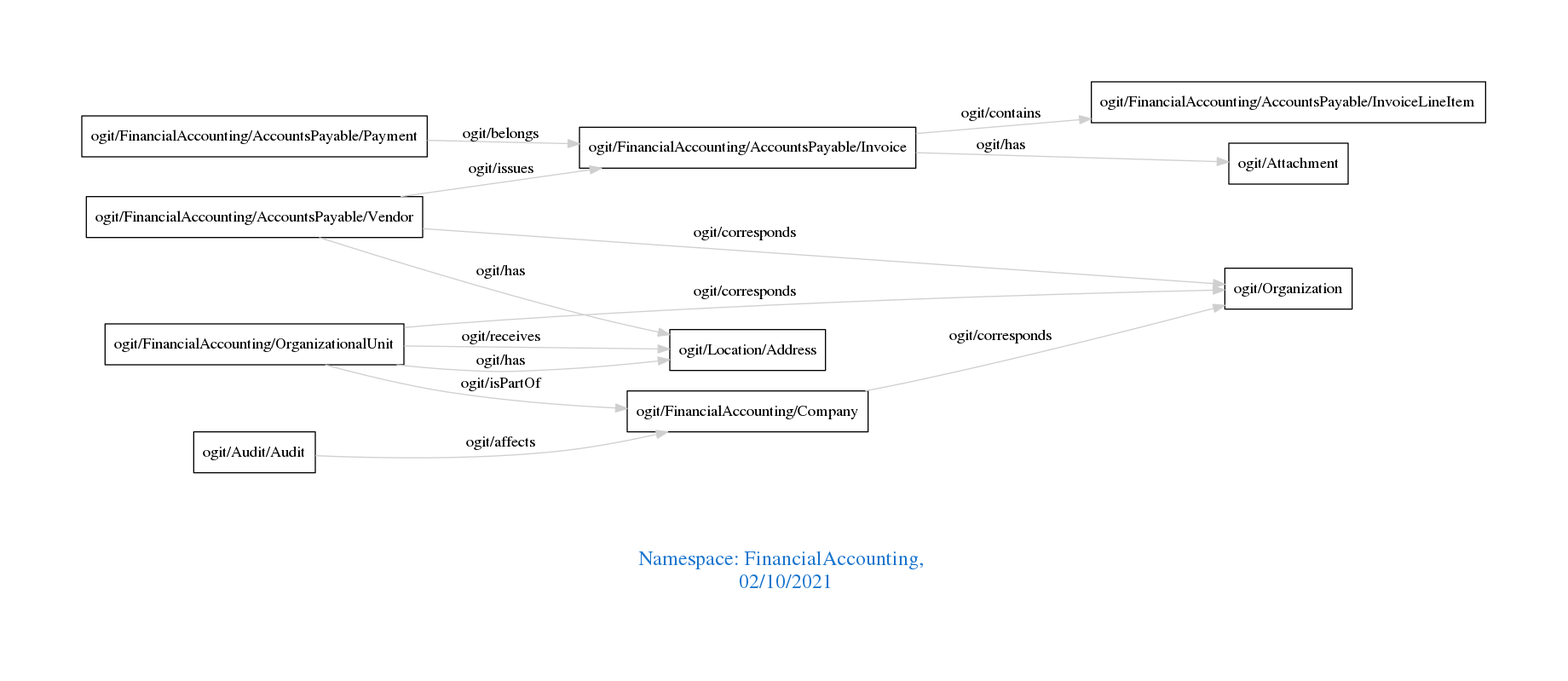
Before: downloads/FinancialAccounting.png, a diagram exported from Graphviz (arago/OGIT). Its source is kept beside it as downloads/FinancialAccounting.dot.
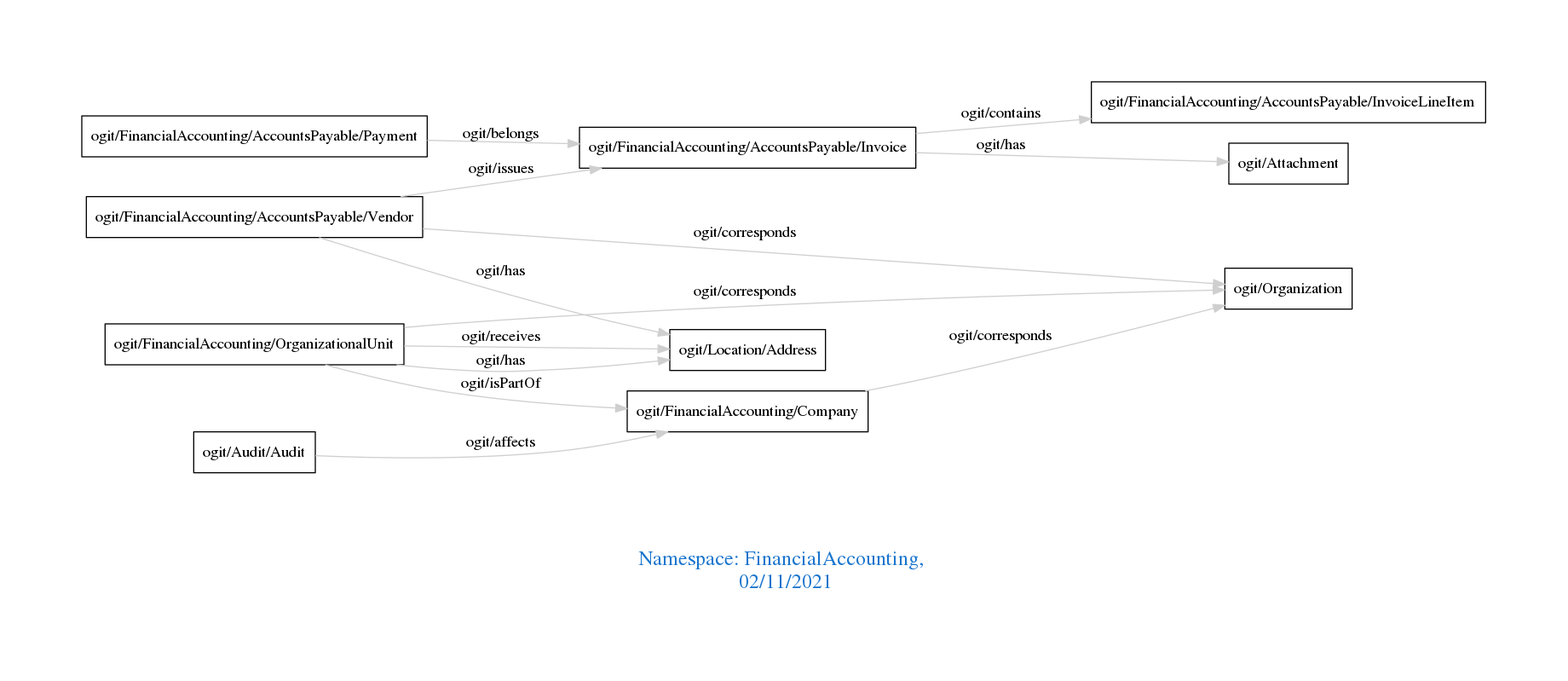
The same file after the commit.

The edit, as a diff of the source:
```diff
@@ -1,7 +1,7 @@
 digraph OGIT_ontology {
  graph [ rankdir= LR,pad=1
 fontsize = 18,
-fontcolor= dodgerblue3,label = "\n\n\nNamespace: FinancialAccounting, \n 02/10/2021"];
+fontcolor= dodgerblue3,label = "\n\n\nNamespace: FinancialAccounting, \n 02/11/2021"];
 node[shape=polygon];
 edge [  color="gray81"];
 
```
